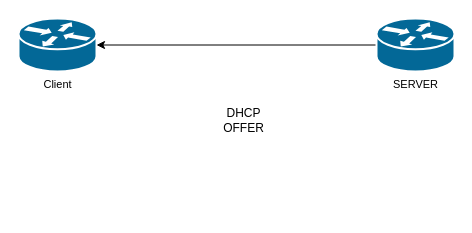
kyforprogram/ccna keeps this draw.io diagram as DHCP.drawio. Above is the earlier version. Source tidied: cells renumbered, new cells numbered last; positions are measured from the earlier drawing's top-left corner, leaving out a move shared by most shapes. Both pictures are drawn from the tidied source at 100%, with x=0, y=0 at pixel (18, 18).
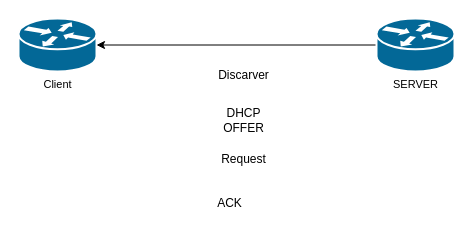
The same page after the edit.

Commit message:
DHCP.drawio を更新します

What changed in the source:
```diff
@@
 <mxGraphModel>
   <root>
     <mxCell id="0" />
     <mxCell id="1" parent="0" />
     <mxCell id="2" value="Client" style="shape=mxgraph.cisco.routers.router;sketch=0;html=1;dashed=0;fillColor=#036897;strokeColor=#ffffff;strokeWidth=2;verticalLabelPosition=bottom;verticalAlign=top;align=center;outlineConnect=0;fontFamily=Helvetica;fontSize=11;fontColor=default;" parent="1" vertex="1">
       <mxGeometry width="78" height="53" as="geometry" />
     </mxCell>
     <mxCell id="3" style="edgeStyle=orthogonalEdgeStyle;rounded=0;jettySize=auto;html=1;exitX=0;exitY=0.5;exitDx=0;exitDy=0;exitPerimeter=0;entryX=1;entryY=0.5;entryDx=0;entryDy=0;entryPerimeter=0;" parent="1" edge="1" source="4" target="2">
       <mxGeometry relative="1" as="geometry" />
     </mxCell>
     <mxCell id="4" value="SERVER" style="shape=mxgraph.cisco.routers.router;sketch=0;html=1;dashed=0;fillColor=#036897;strokeColor=#ffffff;strokeWidth=2;verticalLabelPosition=bottom;verticalAlign=top;align=center;outlineConnect=0;fontFamily=Helvetica;fontSize=11;fontColor=default;" parent="1" vertex="1">
       <mxGeometry x="358" width="78" height="53" as="geometry" />
     </mxCell>
     <mxCell id="5" value="DHCP&lt;br&gt;OFFER" style="text;html=1;align=center;verticalAlign=middle;strokeColor=none;fillColor=none;" parent="1" vertex="1">
       <mxGeometry x="195" y="81" width="59" height="41" as="geometry" />
     </mxCell>
+    <mxCell id="6" value="Request" style="text;html=1;align=center;verticalAlign=middle;strokeColor=none;fillColor=none;" parent="1" vertex="1">
+      <mxGeometry x="193" y="128" width="63" height="26" as="geometry" />
+    </mxCell>
+    <mxCell id="7" value="Discarver" style="text;html=1;align=center;verticalAlign=middle;strokeColor=none;fillColor=none;" parent="1" vertex="1">
+      <mxGeometry x="190" y="44" width="69" height="26" as="geometry" />
+    </mxCell>
+    <mxCell id="8" value="ACK" style="text;html=1;align=center;verticalAlign=middle;strokeColor=none;fillColor=none;" parent="1" vertex="1">
+      <mxGeometry x="189" y="172" width="43" height="26" as="geometry" />
+    </mxCell>
   </root>
 </mxGraphModel>
```
